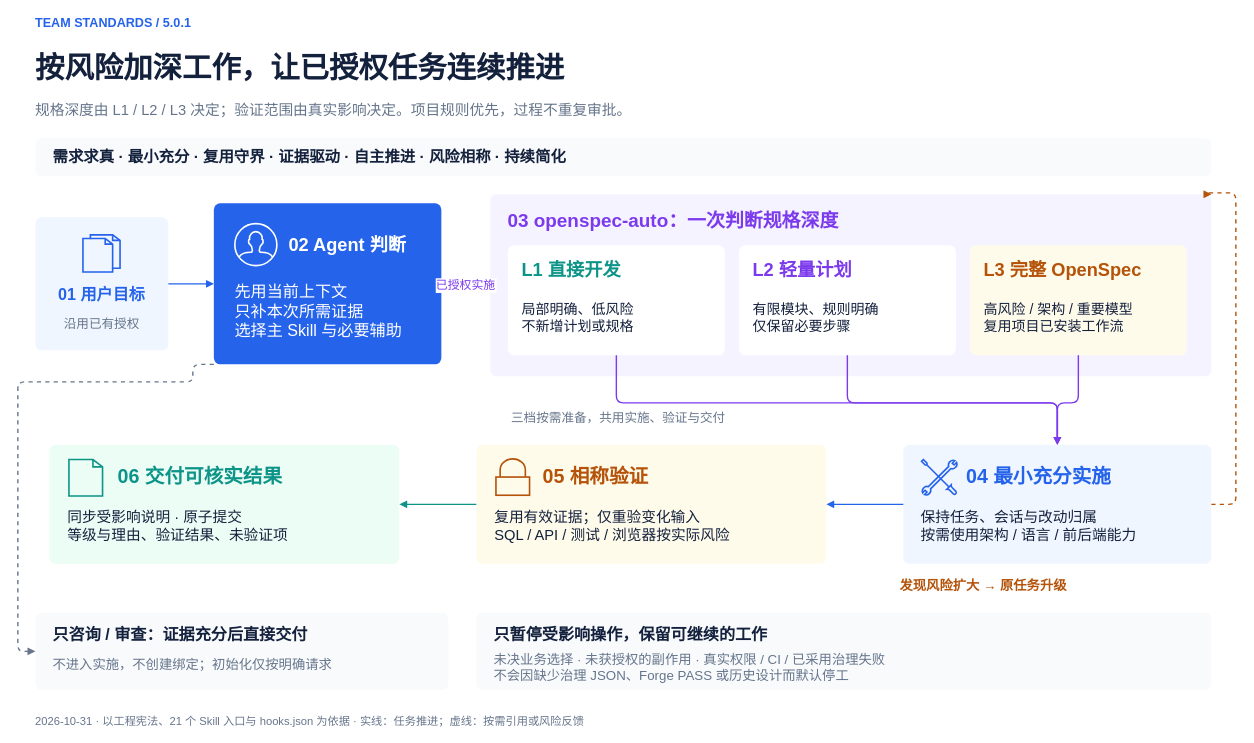
The draw.io diagram page "01 轻量执行主线" (1 of 2) of docs/diagrams/team-standards-execution.drawio in exception-coder/team-standards, before the edit. Source tidied: cells renumbered, new cells numbered last; positions are measured from the earlier drawing's top-left corner, leaving out a move shared by most shapes. Both pictures are drawn from the tidied source at 70%, with x=0, y=0 at pixel (18, 12).
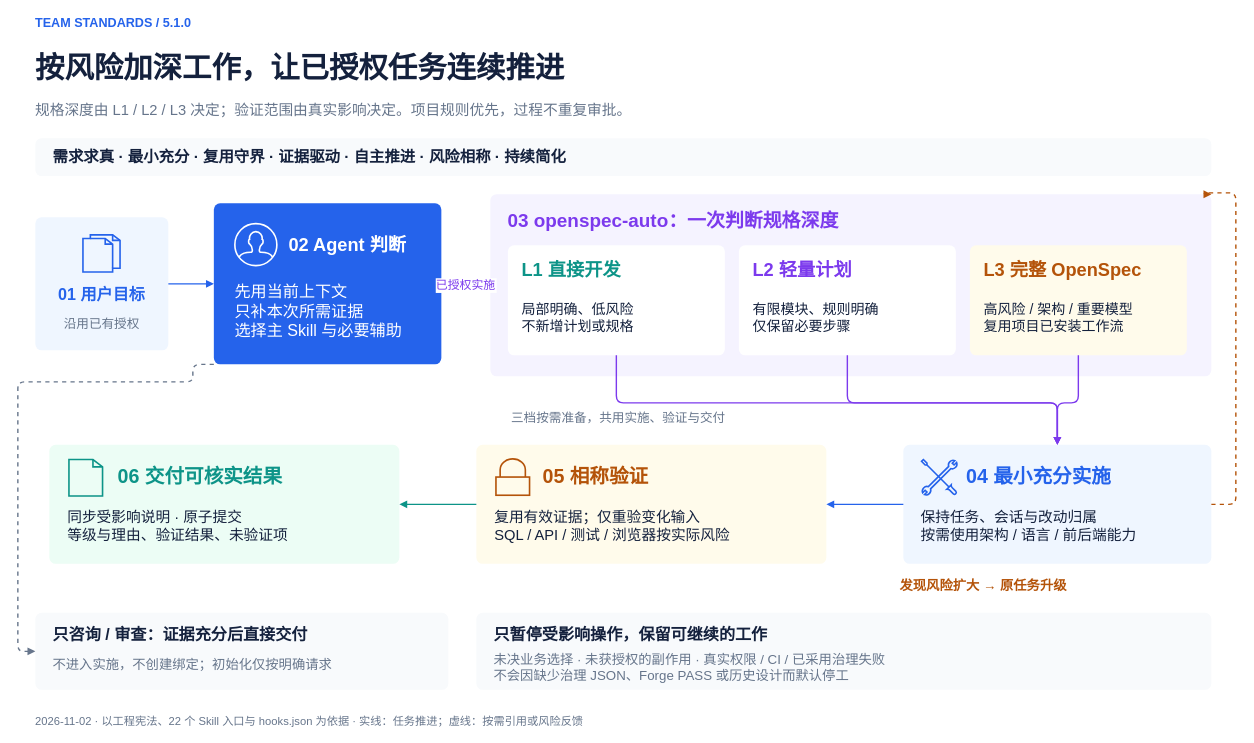
Above is the later version.

Diff of the diagram source:
```diff
@@
-    <mxCell id="2" value="TEAM STANDARDS  /  5.0.1" style="fontFamily=Microsoft YaHei;html=0;fontColor=#14213D;text;strokeColor=none;fillColor=none;align=left;verticalAlign=middle;whiteSpace=wrap;spacing=0;fontSize=18;fontColor=#2563EB;fontStyle=1;" parent="1" vertex="1">
+    <mxCell id="2" value="TEAM STANDARDS  /  5.1.0" style="fontFamily=Microsoft YaHei;html=0;fontColor=#14213D;text;strokeColor=none;fillColor=none;align=left;verticalAlign=middle;whiteSpace=wrap;spacing=0;fontSize=18;fontColor=#2563EB;fontStyle=1;" parent="1" vertex="1">
       <mxGeometry x="25" width="1250" height="30" as="geometry" />
     </mxCell>
@@
-    <mxCell id="5" value="2026-10-31 · 以工程宪法、21 个 Skill 入口与 hooks.json 为依据 · 实线：任务推进；虚线：按需引用或风险反馈" style="fontFamily=Microsoft YaHei;html=0;fontColor=#14213D;text;strokeColor=none;fillColor=none;align=left;verticalAlign=middle;whiteSpace=wrap;spacing=0;fontSize=16;fontColor=#66758B;fontStyle=0;" parent="1" vertex="1">
+    <mxCell id="5" value="2026-11-02 · 以工程宪法、22 个 Skill 入口与 hooks.json 为依据 · 实线：任务推进；虚线：按需引用或风险反馈" style="fontFamily=Microsoft YaHei;html=0;fontColor=#14213D;text;strokeColor=none;fillColor=none;align=left;verticalAlign=middle;whiteSpace=wrap;spacing=0;fontSize=16;fontColor=#66758B;fontStyle=0;" parent="1" vertex="1">
       <mxGeometry x="25" y="998" width="1680" height="30" as="geometry" />
     </mxCell>
```
